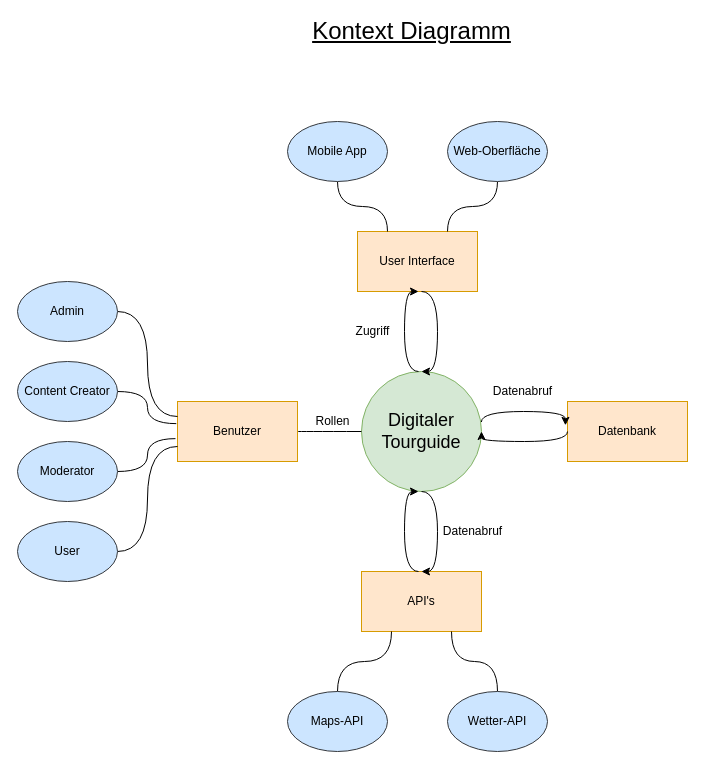
The draw.io diagram Documents/Kontextdiagramm/Kontextdiagramm.drawio in walli545/digital-tourguide, before the edit. Source tidied: cells renumbered, new cells numbered last; positions are measured from the earlier drawing's top-left corner, leaving out a move shared by most shapes. Both pictures are drawn from the tidied source at 100%, with x=0, y=0 at pixel (17, 21).
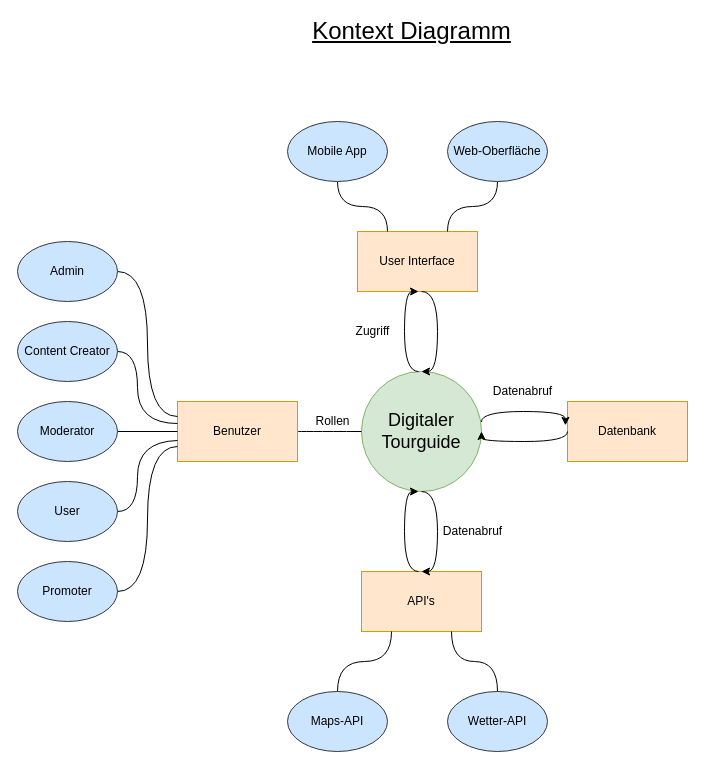
After the change.

Unchanged cells that the change refers to:
```xml
<mxCell id="15" value="Benutzer" style="whiteSpace=wrap;html=1;fillColor=#ffe6cc;strokeColor=#d79b00;" parent="1" vertex="1">
  <mxGeometry x="160" y="380" width="120" height="60" as="geometry" />
</mxCell>
```

Change to the diagram source:
```diff
@@
     <mxCell id="17" value="Admin" style="ellipse;whiteSpace=wrap;html=1;fillColor=#cce5ff;strokeColor=#36393d;" parent="1" vertex="1">
-      <mxGeometry y="260" width="100" height="60" as="geometry" />
+      <mxGeometry y="220" width="100" height="60" as="geometry" />
     </mxCell>
-    <mxCell id="18" style="edgeStyle=orthogonalEdgeStyle;curved=1;rounded=1;jettySize=auto;html=1;exitX=1;exitY=0.5;exitDx=0;exitDy=0;entryX=0;entryY=0.75;entryDx=0;entryDy=0;endArrow=none;endFill=0;" parent="1" edge="1" source="19" target="15">
-      <mxGeometry relative="1" as="geometry" />
+    <mxCell id="18" style="edgeStyle=orthogonalEdgeStyle;curved=1;rounded=1;jettySize=auto;html=1;exitX=1;exitY=0.5;exitDx=0;exitDy=0;endArrow=none;endFill=0;" parent="1" edge="1" source="19">
+      <mxGeometry relative="1" as="geometry">
+        <mxPoint x="160" y="419" as="targetPoint" />
+        <Array as="points">
+          <mxPoint x="120" y="490" />
+          <mxPoint x="120" y="420" />
+        </Array>
+      </mxGeometry>
     </mxCell>
     <mxCell id="19" value="User" style="ellipse;whiteSpace=wrap;html=1;fillColor=#cce5ff;strokeColor=#36393d;" parent="1" vertex="1">
-      <mxGeometry y="500" width="100" height="60" as="geometry" />
+      <mxGeometry y="460" width="100" height="60" as="geometry" />
     </mxCell>
-    <mxCell id="20" style="edgeStyle=orthogonalEdgeStyle;curved=1;rounded=1;jettySize=auto;html=1;exitX=1;exitY=0.5;exitDx=0;exitDy=0;entryX=-0.01;entryY=0.369;entryDx=0;entryDy=0;entryPerimeter=0;endArrow=none;endFill=0;" parent="1" edge="1" source="21" target="15">
-      <mxGeometry relative="1" as="geometry" />
+    <mxCell id="20" style="edgeStyle=orthogonalEdgeStyle;curved=1;rounded=1;jettySize=auto;html=1;exitX=1;exitY=0.5;exitDx=0;exitDy=0;endArrow=none;endFill=0;" parent="1" edge="1" source="21">
+      <mxGeometry relative="1" as="geometry">
+        <mxPoint x="160" y="402" as="targetPoint" />
+        <Array as="points">
+          <mxPoint x="120" y="330" />
+          <mxPoint x="120" y="402" />
+        </Array>
+      </mxGeometry>
     </mxCell>
     <mxCell id="21" value="Content Creator" style="ellipse;whiteSpace=wrap;html=1;fillColor=#cce5ff;strokeColor=#36393d;" parent="1" vertex="1">
-      <mxGeometry y="340" width="100" height="60" as="geometry" />
+      <mxGeometry y="300" width="100" height="60" as="geometry" />
     </mxCell>
-    <mxCell id="22" style="edgeStyle=orthogonalEdgeStyle;curved=1;rounded=1;jettySize=auto;html=1;exitX=1;exitY=0.5;exitDx=0;exitDy=0;entryX=-0.017;entryY=0.619;entryDx=0;entryDy=0;entryPerimeter=0;endArrow=none;endFill=0;" parent="1" edge="1" source="23" target="15">
-      <mxGeometry relative="1" as="geometry" />
+    <mxCell id="22" style="edgeStyle=orthogonalEdgeStyle;curved=1;rounded=1;jettySize=auto;html=1;exitX=1;exitY=0.5;exitDx=0;exitDy=0;endArrow=none;endFill=0;" parent="1" edge="1" source="23">
+      <mxGeometry relative="1" as="geometry">
+        <mxPoint x="160" y="410" as="targetPoint" />
+      </mxGeometry>
     </mxCell>
     <mxCell id="23" value="Moderator" style="ellipse;whiteSpace=wrap;html=1;fillColor=#cce5ff;strokeColor=#36393d;" parent="1" vertex="1">
-      <mxGeometry y="420" width="100" height="60" as="geometry" />
+      <mxGeometry y="380" width="100" height="60" as="geometry" />
     </mxCell>
@@
+    <mxCell id="36" style="edgeStyle=orthogonalEdgeStyle;rounded=0;jettySize=auto;html=1;exitX=1;exitY=0.5;exitDx=0;exitDy=0;entryX=0;entryY=0.75;entryDx=0;entryDy=0;endArrow=none;endFill=0;curved=1;" parent="1" edge="1" source="37" target="15">
+      <mxGeometry relative="1" as="geometry" />
+    </mxCell>
+    <mxCell id="37" value="Promoter" style="ellipse;whiteSpace=wrap;html=1;fillColor=#cce5ff;strokeColor=#36393d;" parent="1" vertex="1">
+      <mxGeometry y="540" width="100" height="60" as="geometry" />
+    </mxCell>
```
